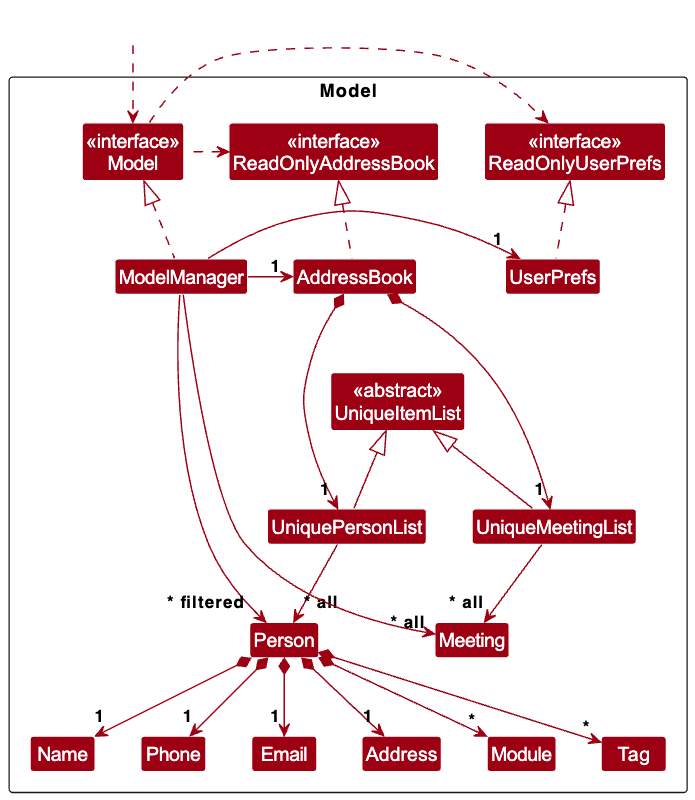
Earlier version of the PlantUML export docs/images/ModelClassDiagram.png (Kannan171/tp). Its source is kept beside it as docs/diagrams/ModelClassDiagram.puml.
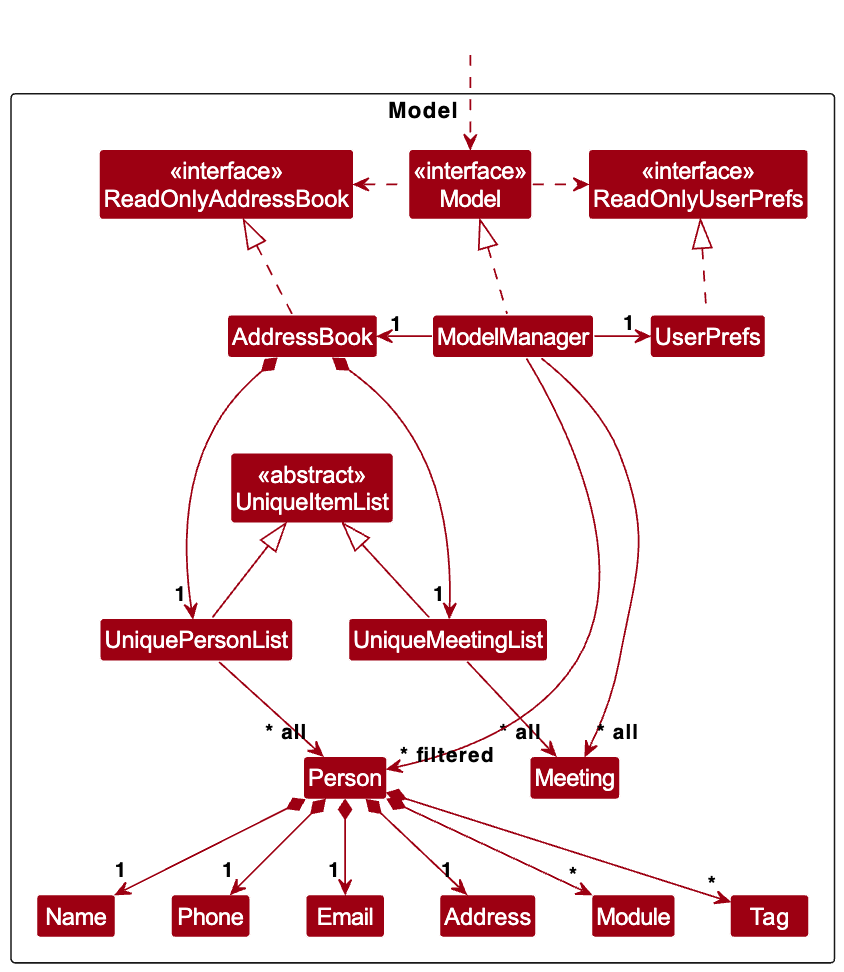
After the commit.

Commit message:
Update model class diagram

The edit, as a diff of the source:
```diff
@@ -56,7 +56,6 @@
 Person *--> "*" Module
 
 Person -[hidden]up--> I
-UniqueItemList -[hidden]right-> I
 
 Name -[hidden]right-> Phone
 Phone -[hidden]right-> Email
```
